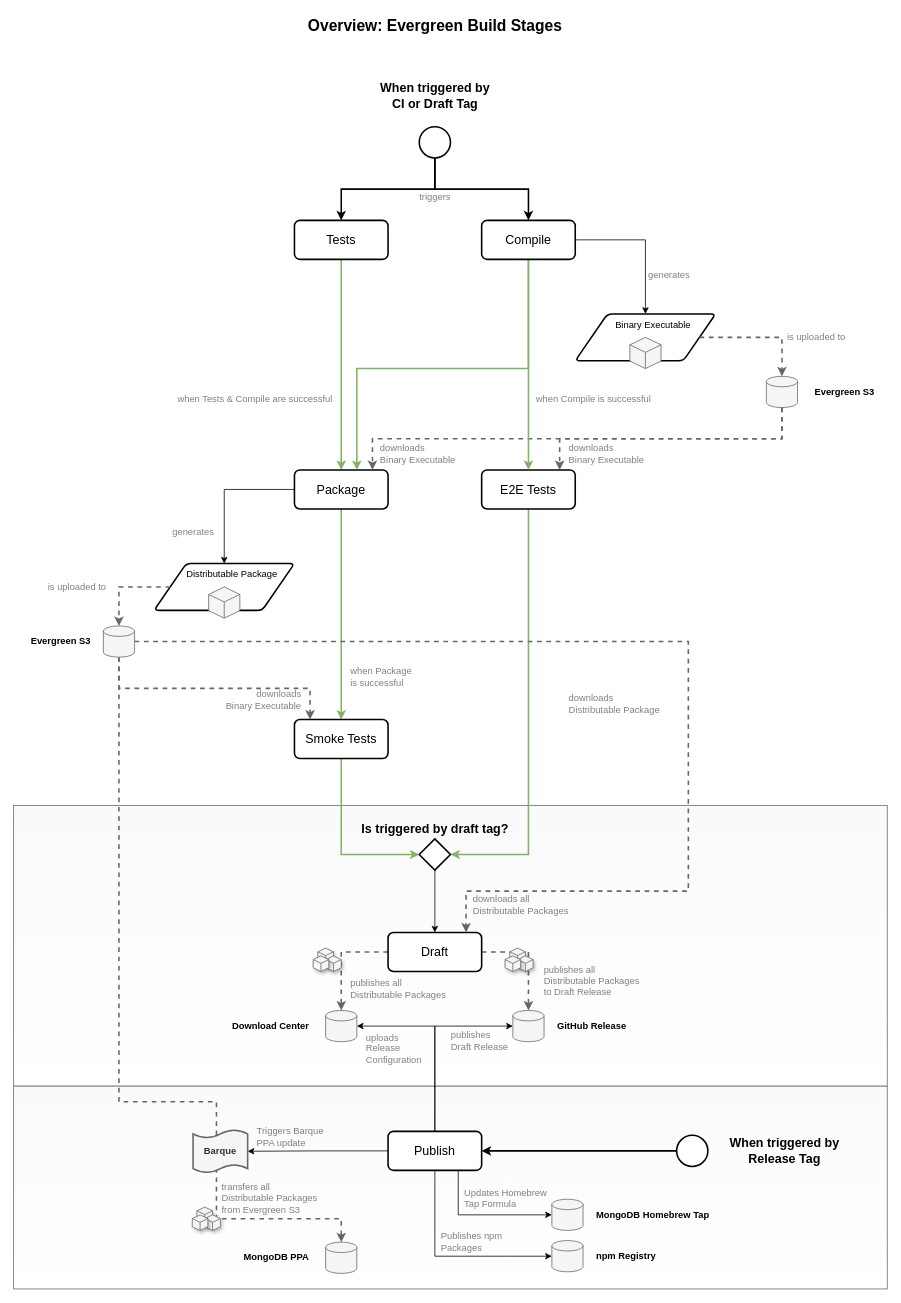
Before: page "Evergreen Flow" (1 of 2) of packages/build/build-diagrams.drawio in mongodb-js/mongosh, a draw.io diagram. Source tidied: cells renumbered, new cells numbered last; positions are measured from the earlier drawing's top-left corner, leaving out a move shared by most shapes. Both pictures are drawn from the tidied source at 78%, with x=0, y=0 at pixel (13, 13).
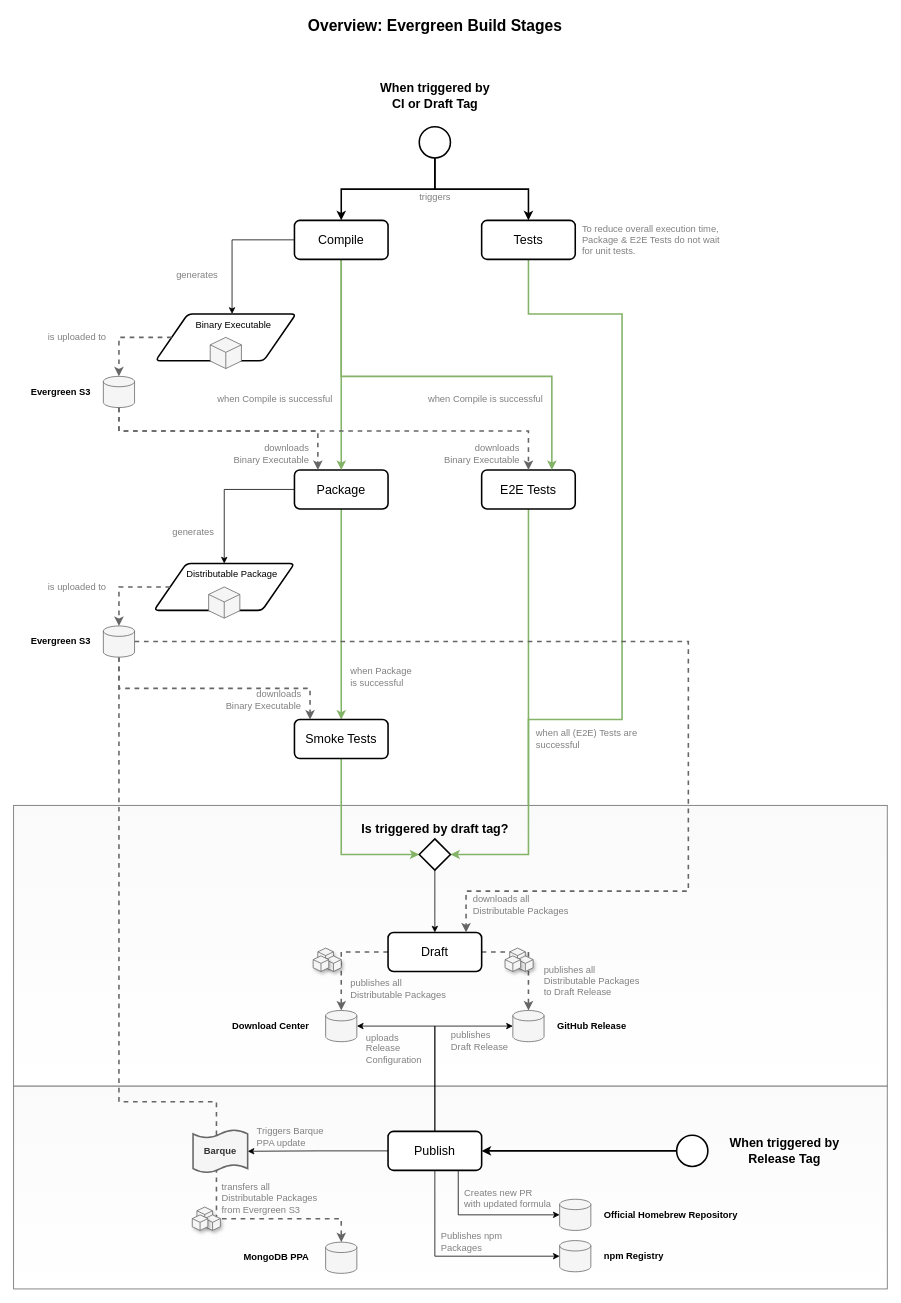
Above is the later version.

Commit message (it also covers changes not shown here):
chore(build): update evergreen documentation

Unchanged cells that the change refers to:
```xml
<mxCell id="10" value="&lt;span style=&quot;font-size: 16px;&quot;&gt;Package&lt;/span&gt;" style="rounded=1;whiteSpace=wrap;html=1;absoluteArcSize=1;arcSize=14;strokeWidth=2;fontStyle=0;fontSize=16;" parent="1" vertex="1">
  <mxGeometry x="360" y="585" width="120" height="50" as="geometry" />
</mxCell>
<mxCell id="12" value="&lt;span style=&quot;font-size: 16px&quot;&gt;E2E Tests&lt;/span&gt;" style="rounded=1;whiteSpace=wrap;html=1;absoluteArcSize=1;arcSize=14;strokeWidth=2;fontStyle=0;fontSize=16;" parent="1" vertex="1">
  <mxGeometry x="600" y="585" width="120" height="50" as="geometry" />
</mxCell>
<mxCell id="24" value="&amp;nbsp; &amp;nbsp; &amp;nbsp; Binary Executable" style="shape=parallelogram;html=1;strokeWidth=2;perimeter=parallelogramPerimeter;whiteSpace=wrap;rounded=1;arcSize=12;size=0.23;verticalAlign=top;align=center;" parent="23" vertex="1">
  <mxGeometry x="-10" width="180" height="60" as="geometry" />
</mxCell>
<mxCell id="27" style="strokeWidth=2;html=1;shape=mxgraph.flowchart.start_2;whiteSpace=wrap;fontSize=16;align=center;" parent="1" vertex="1">
  <mxGeometry x="520" y="145" width="40" height="40" as="geometry" />
</mxCell>
<mxCell id="29" style="strokeWidth=2;html=1;shape=mxgraph.flowchart.decision;whiteSpace=wrap;fontSize=16;align=center;" parent="1" vertex="1">
  <mxGeometry x="520" y="1058" width="40" height="40" as="geometry" />
</mxCell>
```

What changed in the source:
```diff
@@
+    <mxCell id="108" style="edgeStyle=orthogonalEdgeStyle;rounded=0;jettySize=auto;html=1;strokeColor=#82b366;strokeWidth=2;fillColor=#d5e8d4;fontSize=16;exitX=0.5;exitY=1;exitDx=0;exitDy=0;entryX=1;entryY=0.5;entryDx=0;entryDy=0;entryPerimeter=0;" parent="1" edge="1" source="6" target="29">
+      <mxGeometry relative="1" as="geometry">
+        <Array as="points">
+          <mxPoint x="660" y="385" />
+          <mxPoint x="780" y="385" />
+          <mxPoint x="780" y="905" />
+          <mxPoint x="660" y="905" />
+          <mxPoint x="660" y="1078" />
+        </Array>
+      </mxGeometry>
+    </mxCell>
@@
     <mxCell id="4" style="edgeStyle=orthogonalEdgeStyle;rounded=0;jettySize=auto;html=1;fontSize=16;strokeWidth=2;" parent="1" edge="1" source="27" target="43">
       <mxGeometry relative="1" as="geometry">
         <Array as="points">
           <mxPoint x="540" y="225" />
-          <mxPoint x="660" y="225" />
+          <mxPoint x="420" y="225" />
         </Array>
       </mxGeometry>
     </mxCell>
-    <mxCell id="5" style="edgeStyle=orthogonalEdgeStyle;rounded=0;jettySize=auto;html=1;fontSize=16;fillColor=#d5e8d4;strokeColor=#82b366;strokeWidth=2;" parent="1" edge="1" source="6" target="10">
-      <mxGeometry relative="1" as="geometry" />
-    </mxCell>
     <mxCell id="6" value="&lt;span style=&quot;font-size: 16px&quot;&gt;Tests&lt;/span&gt;" style="rounded=1;whiteSpace=wrap;html=1;absoluteArcSize=1;arcSize=14;strokeWidth=2;fontStyle=0;fontSize=16;" parent="1" vertex="1">
-      <mxGeometry x="360" y="265" width="120" height="50" as="geometry" />
+      <mxGeometry x="600" y="265" width="120" height="50" as="geometry" />
     </mxCell>
     <mxCell id="7" style="edgeStyle=orthogonalEdgeStyle;rounded=0;jettySize=auto;html=1;fontSize=16;" parent="1" edge="1" source="43" target="24">
       <mxGeometry relative="1" as="geometry">
         <Array as="points">
-          <mxPoint x="810" y="290" />
+          <mxPoint x="280" y="290" />
         </Array>
       </mxGeometry>
     </mxCell>
@@
     <mxCell id="23" style="group;" parent="1" vertex="1">
-      <mxGeometry x="730" y="385" width="180" height="70" as="geometry" />
+      <mxGeometry x="192" y="385" width="180" height="70" as="geometry" />
     </mxCell>
@@
     <mxCell id="26" style="edgeStyle=orthogonalEdgeStyle;rounded=0;jettySize=auto;html=1;fontSize=16;strokeWidth=2;" parent="1" edge="1" source="27" target="6">
       <mxGeometry relative="1" as="geometry">
         <Array as="points">
           <mxPoint x="540" y="225" />
-          <mxPoint x="420" y="225" />
+          <mxPoint x="660" y="225" />
+          <mxPoint x="660" y="290" />
         </Array>
       </mxGeometry>
     </mxCell>
@@
     <mxCell id="30" style="edgeStyle=orthogonalEdgeStyle;rounded=0;jettySize=auto;html=1;fontSize=16;fillColor=#d5e8d4;strokeColor=#82b366;strokeWidth=2;" parent="1" edge="1" source="43" target="10">
       <mxGeometry relative="1" as="geometry">
         <Array as="points">
-          <mxPoint x="660" y="455" />
-          <mxPoint x="440" y="455" />
+          <mxPoint x="420" y="515" />
+          <mxPoint x="420" y="515" />
         </Array>
       </mxGeometry>
     </mxCell>
     <mxCell id="31" style="edgeStyle=orthogonalEdgeStyle;rounded=0;jettySize=auto;html=1;dashed=1;endArrow=classic;endFill=1;strokeColor=#666666;strokeWidth=2;fillColor=#f5f5f5;fontSize=12;" parent="1" edge="1" source="39" target="10">
       <mxGeometry relative="1" as="geometry">
         <Array as="points">
-          <mxPoint x="985" y="545" />
-          <mxPoint x="460" y="545" />
+          <mxPoint x="135" y="535" />
+          <mxPoint x="390" y="535" />
         </Array>
       </mxGeometry>
     </mxCell>
@@
-    <mxCell id="37" style="group;" parent="1" vertex="1">
-      <mxGeometry x="940" y="435" width="170" height="90" as="geometry" />
-    </mxCell>
-    <mxCell id="38" style="group;" parent="37" vertex="1">
-      <mxGeometry width="90" height="90" as="geometry" />
-    </mxCell>
-    <mxCell id="39" style="strokeWidth=1;html=1;shape=mxgraph.flowchart.database;whiteSpace=wrap;fontSize=16;align=center;fillColor=#f5f5f5;strokeColor=#666666;fontColor=#333333;" parent="38" vertex="1">
-      <mxGeometry x="25" y="30" width="40" height="40" as="geometry" />
-    </mxCell>
-    <mxCell id="40" value="Evergreen S3" style="text;html=1;align=center;verticalAlign=middle;fontSize=12;fontStyle=1;" parent="37" vertex="1">
-      <mxGeometry x="80" y="40" width="90" height="20" as="geometry" />
-    </mxCell>
@@
     <mxCell id="42" style="edgeStyle=orthogonalEdgeStyle;rounded=0;jettySize=auto;html=1;strokeColor=#82b366;strokeWidth=2;fillColor=#d5e8d4;fontSize=16;" parent="1" edge="1" source="43" target="12">
-      <mxGeometry relative="1" as="geometry" />
+      <mxGeometry relative="1" as="geometry">
+        <Array as="points">
+          <mxPoint x="420" y="465" />
+          <mxPoint x="690" y="465" />
+        </Array>
+      </mxGeometry>
     </mxCell>
     <mxCell id="43" value="&lt;span style=&quot;font-size: 16px;&quot;&gt;Compile&lt;/span&gt;" style="rounded=1;whiteSpace=wrap;html=1;absoluteArcSize=1;arcSize=14;strokeWidth=2;fontStyle=0;fontSize=16;" parent="1" vertex="1">
-      <mxGeometry x="600" y="265" width="120" height="50" as="geometry" />
+      <mxGeometry x="360" y="265" width="120" height="50" as="geometry" />
     </mxCell>
@@
     <mxCell id="68" style="group;" parent="1" vertex="1">
-      <mxGeometry x="690" y="1520" width="215" height="40" as="geometry" />
+      <mxGeometry x="700" y="1520" width="245" height="40" as="geometry" />
     </mxCell>
-    <mxCell id="69" value="MongoDB Homebrew Tap" style="text;html=1;align=left;verticalAlign=middle;fontSize=12;fontStyle=1;" parent="68" vertex="1">
-      <mxGeometry x="55" y="10" width="160" height="20" as="geometry" />
+    <mxCell id="69" value="Official Homebrew Repository" style="text;html=1;align=left;verticalAlign=middle;fontSize=12;fontStyle=1;" parent="68" vertex="1">
+      <mxGeometry x="55" y="10" width="190" height="20" as="geometry" />
     </mxCell>
@@
-    <mxCell id="73" value="when Tests &amp;amp; Compile are successful" style="text;html=1;align=right;verticalAlign=middle;fontSize=12;fontColor=#808080;" parent="1" vertex="1">
-      <mxGeometry x="200" y="485" width="210" height="20" as="geometry" />
+    <mxCell id="73" value="when Compile is successful" style="text;html=1;align=right;verticalAlign=middle;fontSize=12;fontColor=#808080;" parent="1" vertex="1">
+      <mxGeometry x="250" y="485" width="160" height="20" as="geometry" />
     </mxCell>
     <mxCell id="74" value="generates" style="text;html=1;align=center;verticalAlign=middle;fontSize=12;fontColor=#808080;" parent="1" vertex="1">
-      <mxGeometry x="805" y="325" width="70" height="20" as="geometry" />
+      <mxGeometry x="200" y="325" width="70" height="20" as="geometry" />
     </mxCell>
-    <mxCell id="75" value="downloads&lt;br&gt;Binary Executable" style="text;html=1;align=left;verticalAlign=middle;fontSize=12;fontColor=#808080;" parent="1" vertex="1">
-      <mxGeometry x="468" y="549" width="110" height="30" as="geometry" />
+    <mxCell id="75" value="downloads&lt;br&gt;Binary Executable" style="text;html=1;align=right;verticalAlign=middle;fontSize=12;fontColor=#808080;" parent="1" vertex="1">
+      <mxGeometry x="270" y="549" width="110" height="30" as="geometry" />
     </mxCell>
@@
-    <mxCell id="78" value="downloads&lt;br&gt;Distributable Package" style="text;html=1;align=left;verticalAlign=middle;fontSize=12;fontColor=#808080;" parent="1" vertex="1">
-      <mxGeometry x="710" y="870" width="130" height="30" as="geometry" />
-    </mxCell>
@@
-    <mxCell id="80" value="is uploaded to" style="text;html=1;align=left;verticalAlign=middle;fontSize=12;fontColor=#808080;" parent="1" vertex="1">
-      <mxGeometry x="990" y="405" width="90" height="20" as="geometry" />
+    <mxCell id="80" value="is uploaded to" style="text;html=1;align=right;verticalAlign=middle;fontSize=12;fontColor=#808080;" parent="1" vertex="1">
+      <mxGeometry x="30" y="405" width="90" height="20" as="geometry" />
     </mxCell>
@@
-    <mxCell id="87" value="Updates Homebrew&lt;br&gt;Tap Formula" style="text;html=1;align=left;verticalAlign=middle;fontSize=12;fontColor=#808080;" parent="1" vertex="1">
-      <mxGeometry x="576" y="1504" width="120" height="30" as="geometry" />
+    <mxCell id="87" value="Creates new PR&lt;br&gt;with updated formula" style="text;html=1;align=left;verticalAlign=middle;fontSize=12;fontColor=#808080;" parent="1" vertex="1">
+      <mxGeometry x="576" y="1504" width="130" height="30" as="geometry" />
     </mxCell>
     <mxCell id="88" style="edgeStyle=orthogonalEdgeStyle;rounded=0;jettySize=auto;html=1;dashed=1;endFill=1;strokeColor=#666666;strokeWidth=2;fillColor=#f5f5f5;fontSize=12;" parent="1" edge="1" source="39" target="12">
       <mxGeometry relative="1" as="geometry">
         <Array as="points">
-          <mxPoint x="985" y="545" />
-          <mxPoint x="700" y="545" />
+          <mxPoint x="135" y="535" />
+          <mxPoint x="660" y="535" />
         </Array>
       </mxGeometry>
     </mxCell>
@@
     <mxCell id="90" style="group;" parent="1" vertex="1">
-      <mxGeometry x="690" y="1573" width="215" height="40" as="geometry" />
+      <mxGeometry x="700" y="1573" width="215" height="40" as="geometry" />
     </mxCell>
@@
-    <mxCell id="106" value="downloads&lt;br&gt;Binary Executable" style="text;html=1;align=left;verticalAlign=middle;fontSize=12;fontColor=#808080;" parent="1" vertex="1">
-      <mxGeometry x="710" y="549" width="110" height="30" as="geometry" />
+    <mxCell id="106" value="downloads&lt;br&gt;Binary Executable" style="text;html=1;align=right;verticalAlign=middle;fontSize=12;fontColor=#808080;" parent="1" vertex="1">
+      <mxGeometry x="540" y="549" width="110" height="30" as="geometry" />
     </mxCell>
-    <mxCell id="107" value="when Compile is successful" style="text;html=1;align=left;verticalAlign=middle;fontSize=12;fontColor=#808080;" parent="1" vertex="1">
-      <mxGeometry x="667.5" y="485" width="160" height="20" as="geometry" />
+    <mxCell id="107" value="when Compile is successful" style="text;html=1;align=right;verticalAlign=middle;fontSize=12;fontColor=#808080;" parent="1" vertex="1">
+      <mxGeometry x="520" y="485" width="160" height="20" as="geometry" />
     </mxCell>
+    <mxCell id="109" style="group;" parent="1" vertex="1">
+      <mxGeometry x="10" y="435" width="170" height="90" as="geometry" />
+    </mxCell>
+    <mxCell id="40" value="Evergreen S3" style="text;html=1;align=right;verticalAlign=middle;fontSize=12;fontStyle=1;" parent="109" vertex="1">
+      <mxGeometry y="40" width="90" height="20" as="geometry" />
+    </mxCell>
+    <mxCell id="110" style="group;" parent="109" vertex="1">
+      <mxGeometry x="80" width="90" height="90" as="geometry" />
+    </mxCell>
+    <mxCell id="39" style="strokeWidth=1;html=1;shape=mxgraph.flowchart.database;whiteSpace=wrap;fontSize=16;align=center;fillColor=#f5f5f5;strokeColor=#666666;fontColor=#333333;" parent="110" vertex="1">
+      <mxGeometry x="25" y="30" width="40" height="40" as="geometry" />
+    </mxCell>
+    <mxCell id="111" value="when all (E2E) Tests are&lt;br&gt;successful" style="text;html=1;align=left;verticalAlign=middle;fontSize=12;fontColor=#808080;" parent="1" vertex="1">
+      <mxGeometry x="667.5" y="915" width="150" height="30" as="geometry" />
+    </mxCell>
+    <mxCell id="112" value="To reduce overall execution time,&lt;br&gt;Package &amp;amp; E2E Tests do not wait&lt;br&gt;for unit tests." style="text;html=1;align=left;verticalAlign=middle;fontSize=12;fontColor=#808080;" parent="1" vertex="1">
+      <mxGeometry x="727" y="265" width="190" height="50" as="geometry" />
+    </mxCell>
```
